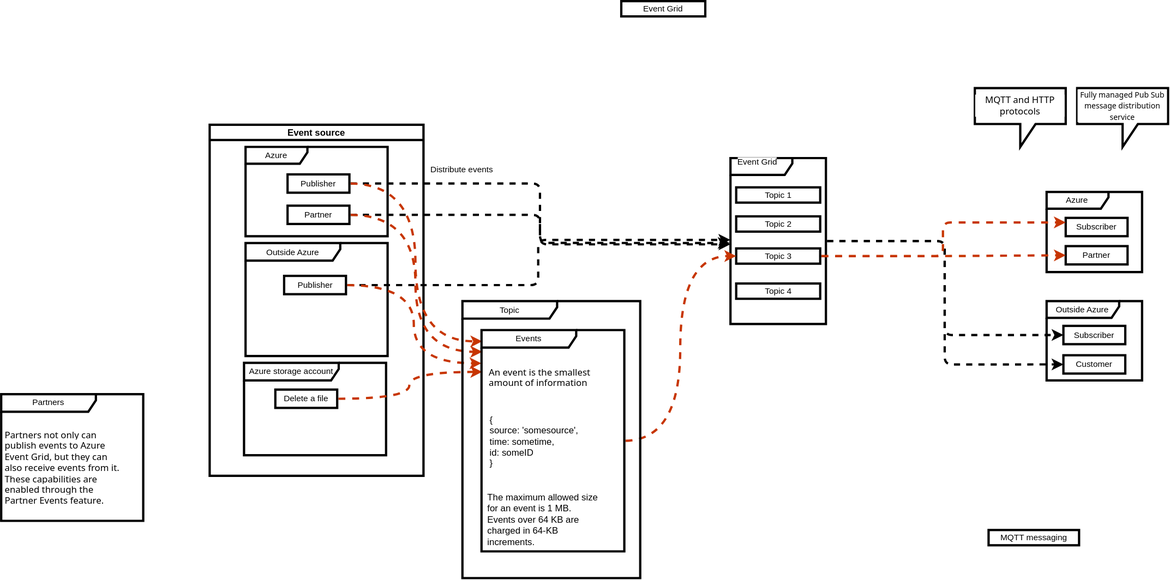
Before: azure/fundamentals/event-grid.drawio.svg, a diagram exported from draw.io (sunnybharne/draw.io). Source tidied: cells renumbered, new cells last; positions are measured from the earlier drawing's top-left corner, leaving out a move shared by most shapes.
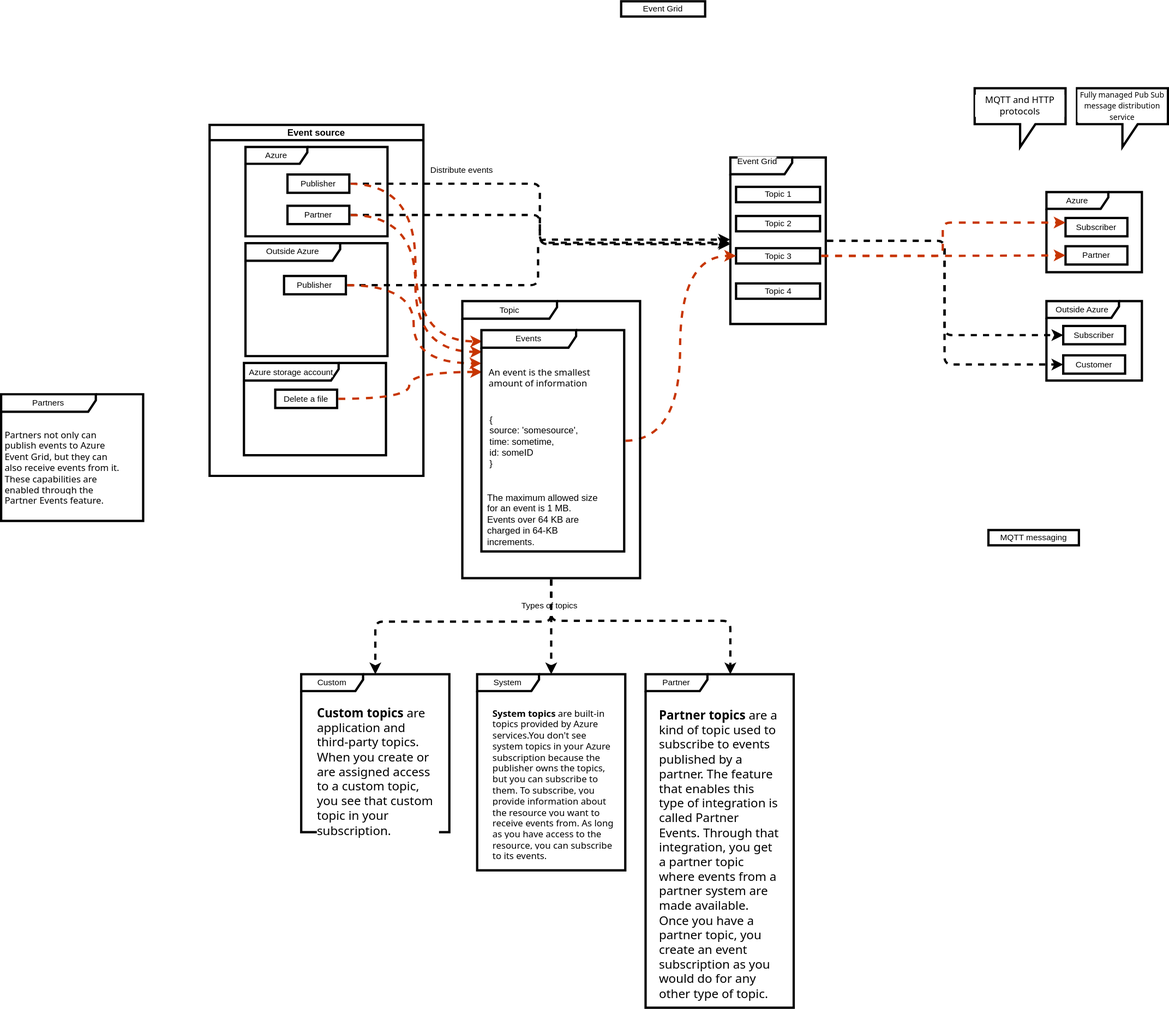
Above is the later version.

What changed in the source:
```diff
@@ -66,25 +66,25 @@
       <mxGeometry x="86" y="347" width="81" height="24" as="geometry" />
     </mxCell>
     <mxCell id="23" style="group;" parent="1" vertex="1">
-      <mxGeometry x="955" y="198" width="125" height="225" as="geometry" />
+      <mxGeometry x="955" y="197" width="125" height="226" as="geometry" />
     </mxCell>
     <mxCell id="24" style="shape=umlFrame;whiteSpace=wrap;html=1;fontFamily=Helvetica;fontSize=11;fontColor=default;labelBackgroundColor=default;strokeWidth=3;width=81;height=22;" parent="23" vertex="1">
-      <mxGeometry y="7.7" width="125" height="217.3" as="geometry" />
+      <mxGeometry y="7.7" width="125" height="218.3" as="geometry" />
     </mxCell>
     <mxCell id="25" value="Event Grid" style="text;html=1;align=center;verticalAlign=middle;strokeColor=none;fillColor=none;fontFamily=Helvetica;fontSize=11;fontColor=default;labelBackgroundColor=default;" parent="23" vertex="1">
       <mxGeometry width="70" height="25" as="geometry" />
     </mxCell>
     <mxCell id="26" value="Topic 1" style="html=1;whiteSpace=wrap;fontFamily=Helvetica;fontSize=11;fontColor=default;labelBackgroundColor=default;strokeWidth=3;" parent="23" vertex="1">
-      <mxGeometry x="7.5" y="46" width="110" height="20" as="geometry" />
+      <mxGeometry x="7.5" y="46.2" width="110" height="20.1" as="geometry" />
     </mxCell>
     <mxCell id="27" value="Topic 2" style="html=1;whiteSpace=wrap;fontFamily=Helvetica;fontSize=11;fontColor=default;labelBackgroundColor=default;strokeWidth=3;" parent="23" vertex="1">
-      <mxGeometry x="7.5" y="84" width="110" height="20" as="geometry" />
+      <mxGeometry x="7.5" y="84.4" width="110" height="20.1" as="geometry" />
     </mxCell>
     <mxCell id="28" value="Topic 3" style="html=1;whiteSpace=wrap;fontFamily=Helvetica;fontSize=11;fontColor=default;labelBackgroundColor=default;strokeWidth=3;" parent="23" vertex="1">
-      <mxGeometry x="7.5" y="126" width="110" height="20" as="geometry" />
+      <mxGeometry x="7.5" y="126.6" width="110" height="20.1" as="geometry" />
     </mxCell>
     <mxCell id="29" value="Topic 4" style="html=1;whiteSpace=wrap;fontFamily=Helvetica;fontSize=11;fontColor=default;labelBackgroundColor=default;strokeWidth=3;" parent="23" vertex="1">
-      <mxGeometry x="7.5" y="172" width="110" height="20" as="geometry" />
+      <mxGeometry x="7.5" y="172.8" width="110" height="20.1" as="geometry" />
     </mxCell>
     <mxCell id="30" style="group;" parent="1" vertex="1">
       <mxGeometry x="1369" y="250" width="125" height="105" as="geometry" />
@@ -155,5 +155,45 @@
     <mxCell id="52" style="edgeStyle=orthogonalEdgeStyle;shape=connector;curved=0;rounded=1;jettySize=auto;html=1;entryX=0;entryY=0.25;entryDx=0;entryDy=0;dashed=1;strokeColor=#C73500;strokeWidth=3;align=center;verticalAlign=top;fontFamily=Helvetica;fontSize=11;fontColor=default;labelBackgroundColor=default;elbow=vertical;endArrow=classic;flowAnimation=1;fillColor=#fa6800;" parent="1" edge="1" source="28" target="32">
       <mxGeometry relative="1" as="geometry" />
     </mxCell>
+    <mxCell id="53" value="&lt;span style=&quot;background-color: rgb(255, 255, 255); font-size: 12px;&quot;&gt;&lt;font style=&quot;font-size: 12px;&quot;&gt;&lt;strong style=&quot;box-sizing: inherit; outline-color: inherit; caret-color: rgb(230, 230, 230); font-family: &amp;quot;Segoe UI&amp;quot;, SegoeUI, &amp;quot;Helvetica Neue&amp;quot;, Helvetica, Arial, sans-serif;&quot;&gt;System topics&lt;/strong&gt;&lt;span style=&quot;caret-color: rgb(230, 230, 230); font-family: &amp;quot;Segoe UI&amp;quot;, SegoeUI, &amp;quot;Helvetica Neue&amp;quot;, Helvetica, Arial, sans-serif;&quot;&gt;&amp;nbsp;are built-in topics provided by Azure services.&lt;/span&gt;&lt;/font&gt;&lt;span style=&quot;caret-color: rgb(230, 230, 230); font-family: &amp;quot;Segoe UI&amp;quot;, SegoeUI, &amp;quot;Helvetica Neue&amp;quot;, Helvetica, Arial, sans-serif;&quot;&gt;You don't see system topics in your Azure subscription because the publisher owns the topics, but you can subscribe to them.&amp;nbsp;&lt;/span&gt;&lt;/span&gt;&lt;span style=&quot;caret-color: rgb(230, 230, 230); font-family: &amp;quot;Segoe UI&amp;quot;, SegoeUI, &amp;quot;Helvetica Neue&amp;quot;, Helvetica, Arial, sans-serif; font-size: 12px; background-color: rgb(255, 255, 255);&quot;&gt;&lt;font style=&quot;font-size: 12px;&quot;&gt;To subscribe, you provide information about the resource you want to receive events from. As long as you have access to the resource, you can subscribe to its events.&lt;/font&gt;&lt;/span&gt;" style="text;whiteSpace=wrap;html=1;fontFamily=Helvetica;fontSize=11;fontColor=default;labelBackgroundColor=default;" parent="1" vertex="1">
+      <mxGeometry x="642" y="919.5" width="162" height="207.5" as="geometry" />
+    </mxCell>
+    <mxCell id="54" value="Custom" style="shape=umlFrame;whiteSpace=wrap;html=1;fontFamily=Helvetica;fontSize=11;fontColor=default;labelBackgroundColor=default;strokeWidth=3;width=81;height=22;strokeColor=default;align=center;verticalAlign=middle;fillColor=default;" parent="1" vertex="1">
+      <mxGeometry x="393" y="882" width="194" height="207" as="geometry" />
+    </mxCell>
+    <mxCell id="55" value="&lt;span style=&quot;background-color: rgb(255, 255, 255);&quot;&gt;&lt;strong style=&quot;font-size: 16px; box-sizing: inherit; outline-color: inherit; caret-color: rgb(230, 230, 230); font-family: &amp;quot;Segoe UI&amp;quot;, SegoeUI, &amp;quot;Helvetica Neue&amp;quot;, Helvetica, Arial, sans-serif;&quot;&gt;Custom topics&lt;/strong&gt;&lt;span style=&quot;font-size: 16px; caret-color: rgb(230, 230, 230); font-family: &amp;quot;Segoe UI&amp;quot;, SegoeUI, &amp;quot;Helvetica Neue&amp;quot;, Helvetica, Arial, sans-serif;&quot;&gt;&amp;nbsp;are application and third-party topics. When you create or are assigned access to a custom topic, you see that custom topic in your subscription.&lt;/span&gt;&lt;/span&gt;" style="text;whiteSpace=wrap;html=1;fontFamily=Helvetica;fontSize=11;fontColor=default;labelBackgroundColor=default;" parent="1" vertex="1">
+      <mxGeometry x="412" y="917" width="162" height="163" as="geometry" />
+    </mxCell>
+    <mxCell id="56" value="System" style="shape=umlFrame;whiteSpace=wrap;html=1;fontFamily=Helvetica;fontSize=11;fontColor=default;labelBackgroundColor=default;strokeWidth=3;width=81;height=22;strokeColor=default;align=center;verticalAlign=middle;fillColor=default;" parent="1" vertex="1">
+      <mxGeometry x="623.4" y="882" width="194" height="257" as="geometry" />
+    </mxCell>
+    <mxCell id="57" value="&lt;span style=&quot;background-color: rgb(255, 255, 255);&quot;&gt;&lt;strong style=&quot;font-size: 16px; box-sizing: inherit; outline-color: inherit; caret-color: rgb(230, 230, 230); font-family: &amp;quot;Segoe UI&amp;quot;, SegoeUI, &amp;quot;Helvetica Neue&amp;quot;, Helvetica, Arial, sans-serif;&quot;&gt;Partner topics&lt;/strong&gt;&lt;span style=&quot;font-size: 16px; caret-color: rgb(230, 230, 230); font-family: &amp;quot;Segoe UI&amp;quot;, SegoeUI, &amp;quot;Helvetica Neue&amp;quot;, Helvetica, Arial, sans-serif;&quot;&gt;&amp;nbsp;are a kind of topic used to subscribe to events published by a partner. The feature that enables this type of integration is called Partner Events. Through that integration, you get a partner topic where events from a partner system are made available. Once you have a partner topic, you create an event subscription as you would do for any other type of topic.&lt;/span&gt;&lt;/span&gt;" style="text;whiteSpace=wrap;html=1;fontFamily=Helvetica;fontSize=11;fontColor=default;labelBackgroundColor=default;" parent="1" vertex="1">
+      <mxGeometry x="860" y="919.5" width="162" height="381.5" as="geometry" />
+    </mxCell>
+    <mxCell id="58" value="Partner" style="shape=umlFrame;whiteSpace=wrap;html=1;fontFamily=Helvetica;fontSize=11;fontColor=default;labelBackgroundColor=default;strokeWidth=3;width=81;height=22;strokeColor=default;align=center;verticalAlign=middle;fillColor=default;" parent="1" vertex="1">
+      <mxGeometry x="844" y="882" width="194" height="437" as="geometry" />
+    </mxCell>
+    <mxCell id="59" style="edgeStyle=orthogonalEdgeStyle;shape=connector;curved=0;rounded=1;jettySize=auto;html=1;strokeColor=default;strokeWidth=3;align=center;verticalAlign=middle;fontFamily=Helvetica;fontSize=11;fontColor=default;labelBackgroundColor=default;endArrow=classic;flowAnimation=1;" parent="1" edge="1" source="50" target="56">
+      <mxGeometry relative="1" as="geometry" />
+    </mxCell>
+    <mxCell id="60" style="edgeStyle=orthogonalEdgeStyle;shape=connector;curved=0;rounded=1;jettySize=auto;html=1;strokeColor=default;strokeWidth=3;align=center;verticalAlign=middle;fontFamily=Helvetica;fontSize=11;fontColor=default;labelBackgroundColor=default;endArrow=classic;flowAnimation=1;" parent="1" edge="1" source="50" target="58">
+      <mxGeometry relative="1" as="geometry">
+        <Array as="points">
+          <mxPoint x="720" y="812" />
+          <mxPoint x="955" y="812" />
+        </Array>
+      </mxGeometry>
+    </mxCell>
+    <mxCell id="61" value="Types of topics" style="edgeLabel;html=1;align=center;verticalAlign=middle;fontFamily=Helvetica;fontSize=11;fontColor=default;labelBackgroundColor=default;" parent="60" vertex="1">
+      <mxGeometry x="-0.8" y="-3" relative="1" as="geometry" />
+    </mxCell>
+    <mxCell id="62" style="edgeStyle=orthogonalEdgeStyle;shape=connector;curved=0;rounded=1;jettySize=auto;html=1;strokeColor=default;strokeWidth=3;align=center;verticalAlign=middle;fontFamily=Helvetica;fontSize=11;fontColor=default;labelBackgroundColor=default;endArrow=classic;flowAnimation=1;" parent="1" edge="1" source="50" target="54">
+      <mxGeometry relative="1" as="geometry">
+        <Array as="points">
+          <mxPoint x="720" y="813" />
+          <mxPoint x="490" y="813" />
+        </Array>
+      </mxGeometry>
+    </mxCell>
   </root>
 </mxGraphModel>
```
